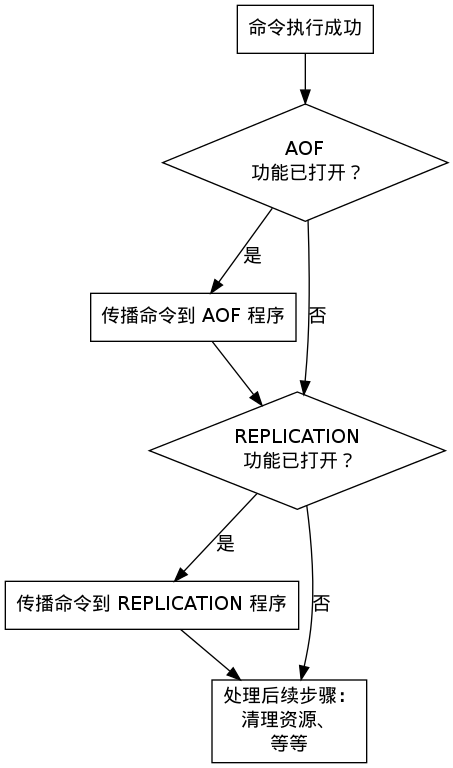
Earlier version of the Graphviz export internal/image/propagate.png (huangzworks/redisbook). Its source is kept beside it as internal/image/propagate.dot.
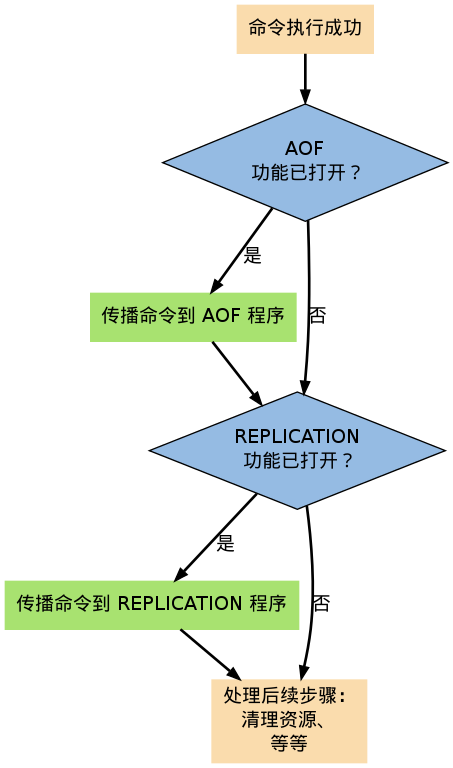
After the change.

Diff of the diagram source:
```diff
@@ -1,17 +1,21 @@
 digraph propagate {
 
+    node [shape = plaintext, style = filled];
 
-    exec [label = "命令执行成功", shape = box];
+    edge [style = bold];
 
-    aof_choice [label = "AOF\n 功能已打开？", shape = diamond];
 
-    propagate_aof [label = "传播命令到 AOF 程序", shape = box];
+    exec [label = "命令执行成功", fillcolor = "#FADCAD"];
 
-    replication_choice [label = "REPLICATION\n 功能已打开？", shape = diamond];
+    aof_choice [label = "AOF\n 功能已打开？", shape = diamond, fillcolor = "#95BBE3"];
 
-    propagate_replication [label = "传播命令到 REPLICATION 程序", shape = box];
+    propagate_aof [label = "传播命令到 AOF 程序", fillcolor = "#A8E270"];
 
-    remaind_jobs [label = "处理后续步骤：\n清理资源、\n等等", shape = box];
+    replication_choice [label = "REPLICATION\n 功能已打开？", shape = diamond, fillcolor = "#95BBE3"];
+
+    propagate_replication [label = "传播命令到 REPLICATION 程序", fillcolor = "#A8E270"];
+
+    remaind_jobs [label = "处理后续步骤：\n清理资源、\n等等", fillcolor = "#FADCAD"];
 
 
     exec -> aof_choice;
```
